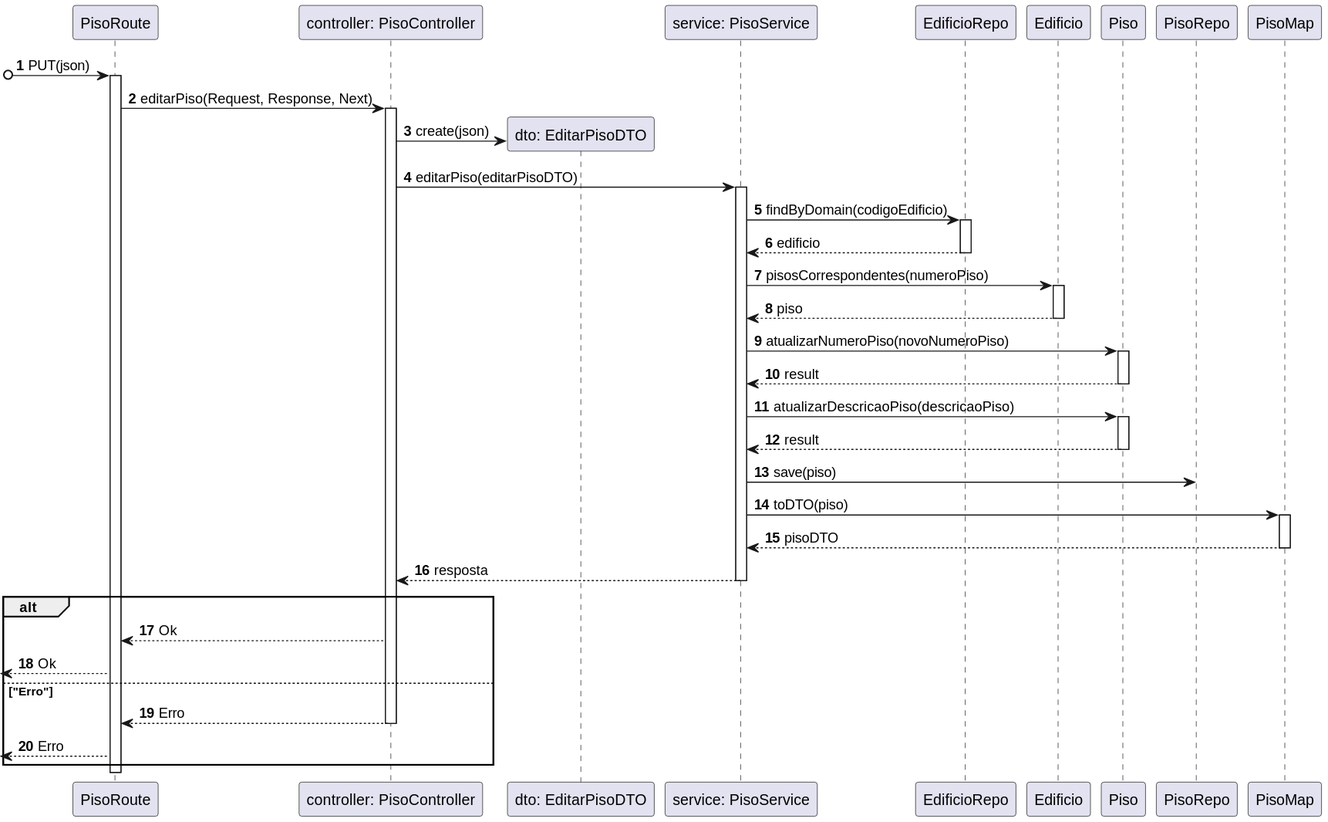
The PlantUML diagram docs/Sprint_A/US_200/N3/US200_VP.svg in SEM5PI2324G58/sem5pi_g58_23_24, before a commit.
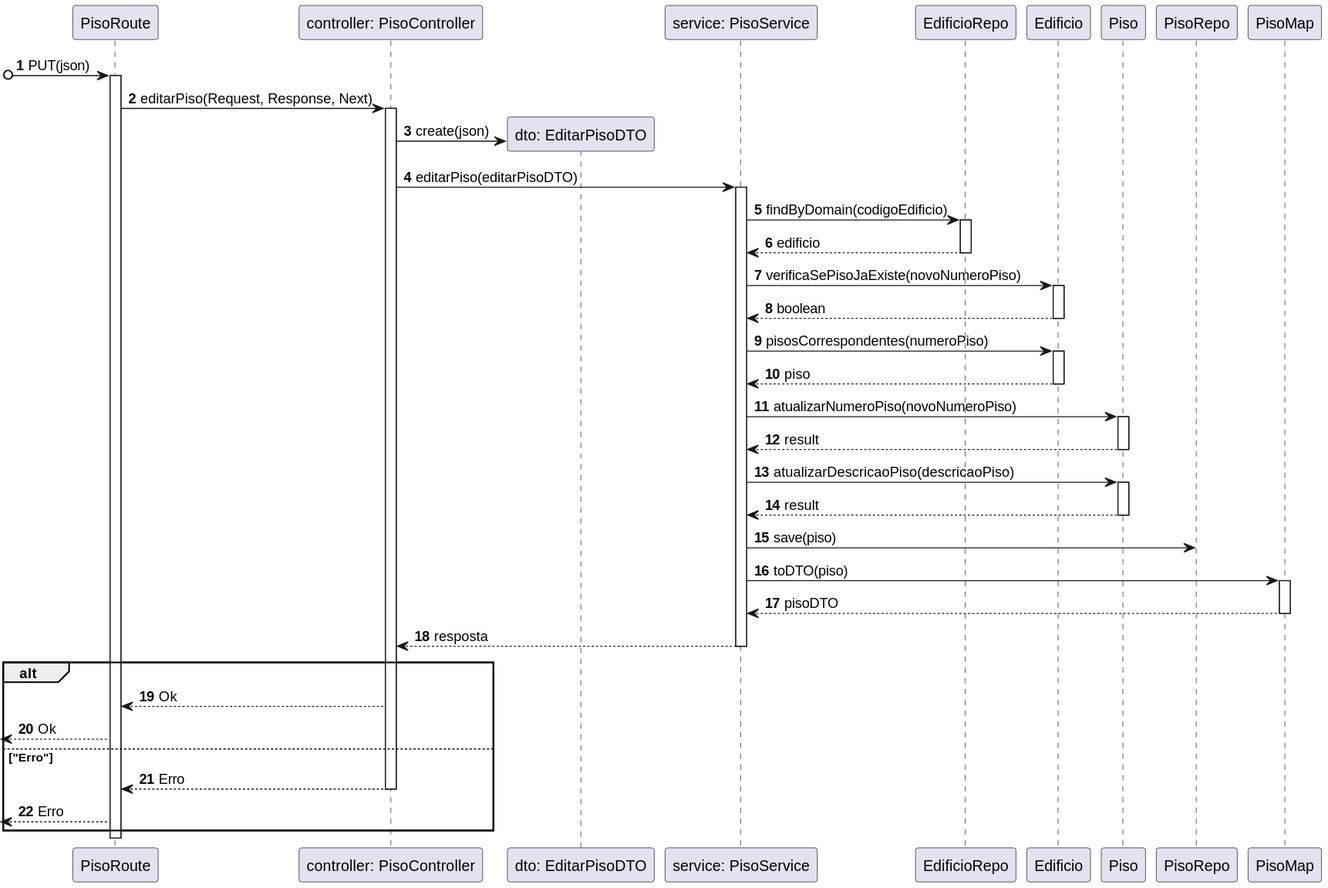
Later version of the same file.

Commit message:
[US200][Design] Correção da vista de processos nivel 3

What changed in the source:
```diff
@@ -22,6 +22,9 @@
 service -> edRepo: findByDomain(codigoEdificio)
 activate edRepo
 return edificio
+service -> edificio : verificaSePisoJaExiste(novoNumeroPiso)
+activate edificio
+return boolean
 service -> edificio : pisosCorrespondentes(numeroPiso)
 activate edificio
 return piso
```
